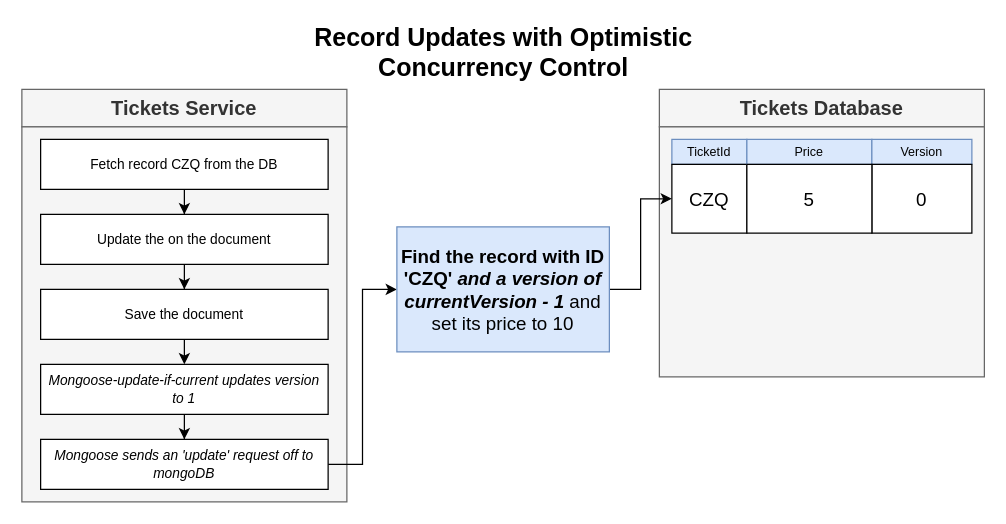
Before: page "08 - v" (12 of 19) of diagrams/08/03.drawio in HappySuzuki/microservices-cast, a draw.io diagram. Source tidied: cells renumbered, new cells numbered last; positions are measured from the earlier drawing's top-left corner, leaving out a move shared by most shapes. Both pictures are drawn from the tidied source at 125%, with x=0, y=0 at pixel (21, 39).
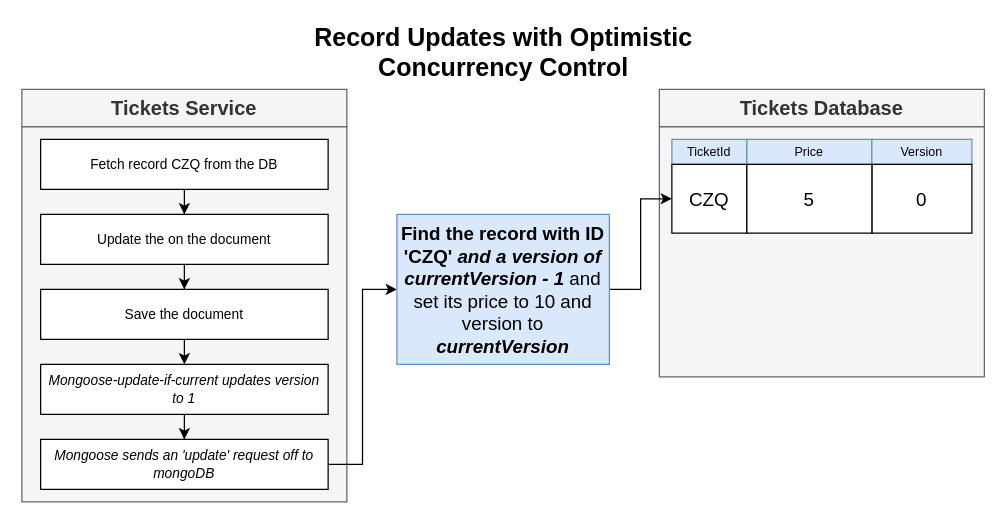
The same diagram, later.

What changed in the source:
```diff
@@
-    <mxCell id="22" value="&lt;b&gt;Find the record with ID 'CZQ'&lt;/b&gt;&amp;nbsp;&lt;b&gt;&lt;i&gt;and a&lt;/i&gt; &lt;i&gt;version of currentVersion - 1&amp;nbsp;&lt;/i&gt;&lt;/b&gt;and set its price to 10" style="rounded=0;whiteSpace=wrap;html=1;fontSize=15;align=center;fillColor=#dae8fc;strokeColor=#6c8ebf;" parent="1" vertex="1">
-      <mxGeometry x="300" y="150" width="170" height="100" as="geometry" />
+    <mxCell id="22" value="&lt;b&gt;Find the record with ID 'CZQ'&lt;/b&gt;&amp;nbsp;&lt;b&gt;&lt;i&gt;and a&lt;/i&gt; &lt;i&gt;version of currentVersion - 1&amp;nbsp;&lt;/i&gt;&lt;/b&gt;and set its price to 10 and version to &lt;b&gt;&lt;i&gt;currentVersion&lt;/i&gt;&lt;/b&gt;" style="rounded=0;whiteSpace=wrap;html=1;fontSize=15;align=center;fillColor=#dae8fc;strokeColor=#6c8ebf;" parent="1" vertex="1">
+      <mxGeometry x="300" y="140" width="170" height="120" as="geometry" />
     </mxCell>
```
